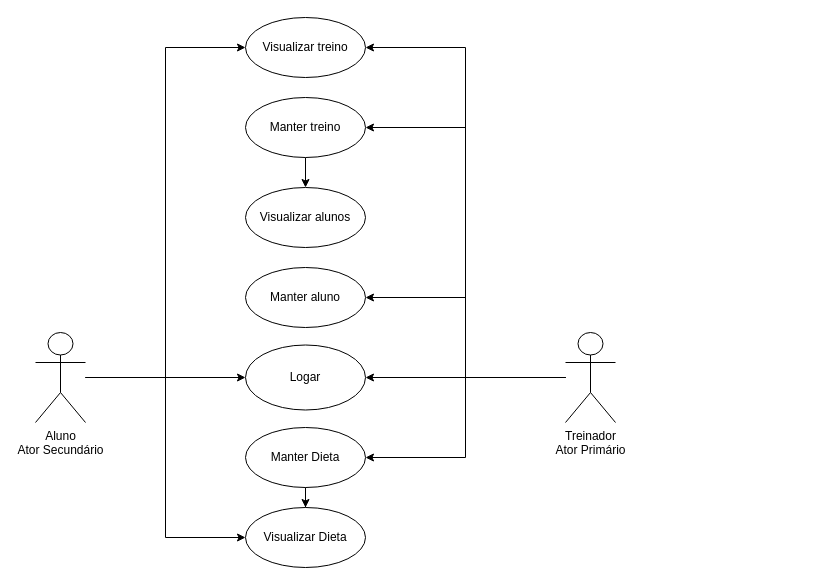
This is TCC.drawio from Chriiis1421/TCC, a draw.io file, before an edit. Source tidied: cells renumbered, new cells numbered last; positions are measured from the earlier drawing's top-left corner, leaving out a move shared by most shapes. Both pictures are drawn from the tidied source at 100%, with x=0, y=0 at pixel (35, 17).
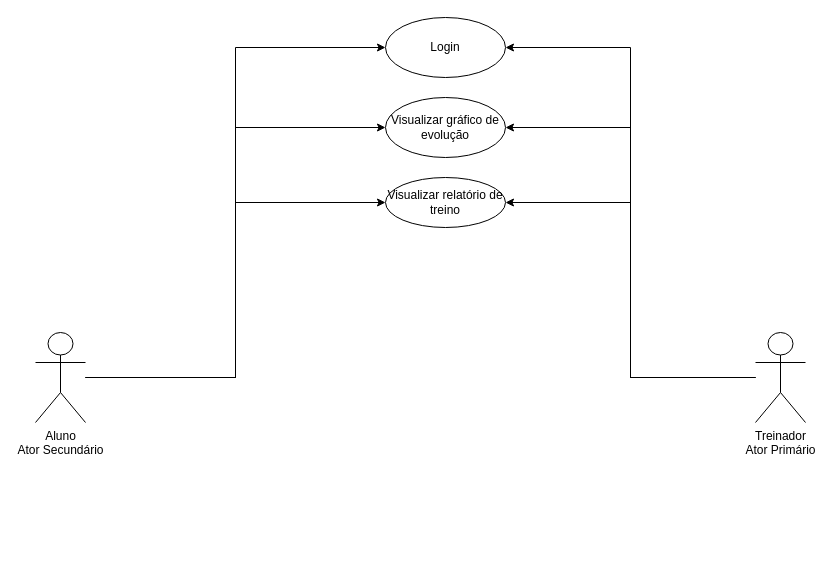
After the change.

The change refers to these unchanged cells:
```xml
<mxCell id="5" value="Aluno&lt;div&gt;Ator Secundário&lt;/div&gt;" style="shape=umlActor;verticalLabelPosition=bottom;verticalAlign=top;html=1;outlineConnect=0;" parent="1" vertex="1">
  <mxGeometry y="315" width="50" height="90" as="geometry" />
</mxCell>
```

What changed in the source:
```diff
@@
-    <mxCell id="2" style="edgeStyle=orthogonalEdgeStyle;rounded=0;jettySize=auto;html=1;entryX=0;entryY=0.5;entryDx=0;entryDy=0;" parent="1" edge="1" source="5" target="12">
-      <mxGeometry relative="1" as="geometry" />
-    </mxCell>
-    <mxCell id="3" style="edgeStyle=orthogonalEdgeStyle;rounded=0;jettySize=auto;html=1;entryX=0;entryY=0.5;entryDx=0;entryDy=0;" parent="1" edge="1" source="5" target="16">
-      <mxGeometry relative="1" as="geometry" />
-    </mxCell>
-    <mxCell id="4" style="edgeStyle=orthogonalEdgeStyle;rounded=0;jettySize=auto;html=1;entryX=0;entryY=0.5;entryDx=0;entryDy=0;" parent="1" edge="1" source="5" target="20">
-      <mxGeometry relative="1" as="geometry" />
-    </mxCell>
+    <mxCell id="21" style="edgeStyle=orthogonalEdgeStyle;rounded=0;jettySize=auto;html=1;entryX=0;entryY=0.5;entryDx=0;entryDy=0;" parent="1" edge="1" source="5" target="27">
+      <mxGeometry relative="1" as="geometry" />
+    </mxCell>
+    <mxCell id="22" style="edgeStyle=orthogonalEdgeStyle;rounded=0;jettySize=auto;html=1;entryX=0;entryY=0.5;entryDx=0;entryDy=0;" parent="1" edge="1" source="5" target="28">
+      <mxGeometry relative="1" as="geometry" />
+    </mxCell>
+    <mxCell id="23" style="edgeStyle=orthogonalEdgeStyle;rounded=0;jettySize=auto;html=1;entryX=0;entryY=0.5;entryDx=0;entryDy=0;" parent="1" edge="1" source="5" target="29">
+      <mxGeometry relative="1" as="geometry" />
+    </mxCell>
@@
-    <mxCell id="6" style="edgeStyle=orthogonalEdgeStyle;rounded=0;jettySize=auto;html=1;entryX=1;entryY=0.5;entryDx=0;entryDy=0;" parent="1" edge="1" source="11" target="12">
-      <mxGeometry relative="1" as="geometry" />
-    </mxCell>
-    <mxCell id="7" style="edgeStyle=orthogonalEdgeStyle;rounded=0;jettySize=auto;html=1;entryX=1;entryY=0.5;entryDx=0;entryDy=0;" parent="1" edge="1" source="11" target="14">
-      <mxGeometry relative="1" as="geometry" />
-    </mxCell>
-    <mxCell id="8" style="edgeStyle=orthogonalEdgeStyle;rounded=0;jettySize=auto;html=1;entryX=1;entryY=0.5;entryDx=0;entryDy=0;" parent="1" edge="1" source="11" target="15">
-      <mxGeometry relative="1" as="geometry" />
-    </mxCell>
-    <mxCell id="9" style="edgeStyle=orthogonalEdgeStyle;rounded=0;jettySize=auto;html=1;" parent="1" edge="1" source="11" target="16">
-      <mxGeometry relative="1" as="geometry" />
-    </mxCell>
-    <mxCell id="10" style="edgeStyle=orthogonalEdgeStyle;rounded=0;jettySize=auto;html=1;entryX=1;entryY=0.5;entryDx=0;entryDy=0;" parent="1" edge="1" source="11" target="19">
-      <mxGeometry relative="1" as="geometry" />
-    </mxCell>
+    <mxCell id="24" style="edgeStyle=orthogonalEdgeStyle;rounded=0;jettySize=auto;html=1;entryX=1;entryY=0.5;entryDx=0;entryDy=0;" parent="1" edge="1" source="11" target="27">
+      <mxGeometry relative="1" as="geometry" />
+    </mxCell>
+    <mxCell id="25" style="edgeStyle=orthogonalEdgeStyle;rounded=0;jettySize=auto;html=1;entryX=1;entryY=0.5;entryDx=0;entryDy=0;" parent="1" edge="1" source="11" target="28">
+      <mxGeometry relative="1" as="geometry" />
+    </mxCell>
+    <mxCell id="26" style="edgeStyle=orthogonalEdgeStyle;rounded=0;jettySize=auto;html=1;entryX=1;entryY=0.5;entryDx=0;entryDy=0;" parent="1" edge="1" source="11" target="29">
+      <mxGeometry relative="1" as="geometry" />
+    </mxCell>
     <mxCell id="11" value="Treinador&lt;div&gt;Ator Primário&lt;/div&gt;" style="shape=umlActor;verticalLabelPosition=bottom;verticalAlign=top;html=1;" parent="1" vertex="1">
-      <mxGeometry x="530" y="315" width="50" height="90" as="geometry" />
+      <mxGeometry x="720" y="315" width="50" height="90" as="geometry" />
     </mxCell>
-    <mxCell id="12" value="Visualizar treino" style="ellipse;whiteSpace=wrap;html=1;" parent="1" vertex="1">
-      <mxGeometry x="210" width="120" height="60" as="geometry" />
-    </mxCell>
-    <mxCell id="13" style="edgeStyle=orthogonalEdgeStyle;rounded=0;jettySize=auto;html=1;" parent="1" edge="1" source="14" target="17">
-      <mxGeometry relative="1" as="geometry" />
-    </mxCell>
-    <mxCell id="14" value="&lt;div&gt;Manter treino&lt;/div&gt;" style="ellipse;whiteSpace=wrap;html=1;" parent="1" vertex="1">
-      <mxGeometry x="210" y="80" width="120" height="60" as="geometry" />
-    </mxCell>
-    <mxCell id="15" value="Manter&amp;nbsp;&lt;span style=&quot;background-color: initial;&quot;&gt;aluno&lt;/span&gt;" style="ellipse;whiteSpace=wrap;html=1;" parent="1" vertex="1">
-      <mxGeometry x="210" y="250" width="120" height="60" as="geometry" />
-    </mxCell>
-    <mxCell id="16" value="Log&lt;span style=&quot;background-color: initial;&quot;&gt;ar&lt;/span&gt;" style="ellipse;whiteSpace=wrap;html=1;" parent="1" vertex="1">
-      <mxGeometry x="210" y="327.5" width="120" height="65" as="geometry" />
-    </mxCell>
-    <mxCell id="17" value="Visualizar alunos" style="ellipse;whiteSpace=wrap;html=1;" parent="1" vertex="1">
-      <mxGeometry x="210" y="170" width="120" height="60" as="geometry" />
-    </mxCell>
-    <mxCell id="18" style="edgeStyle=orthogonalEdgeStyle;rounded=0;jettySize=auto;html=1;" parent="1" edge="1" source="19" target="20">
-      <mxGeometry relative="1" as="geometry" />
-    </mxCell>
-    <mxCell id="19" value="Manter Dieta" style="ellipse;whiteSpace=wrap;html=1;" parent="1" vertex="1">
-      <mxGeometry x="210" y="410" width="120" height="60" as="geometry" />
-    </mxCell>
-    <mxCell id="20" value="Visualizar Dieta" style="ellipse;whiteSpace=wrap;html=1;" parent="1" vertex="1">
-      <mxGeometry x="210" y="490" width="120" height="60" as="geometry" />
-    </mxCell>
+    <mxCell id="27" value="Login" style="ellipse;whiteSpace=wrap;html=1;fontFamily=Helvetica;" parent="1" vertex="1">
+      <mxGeometry x="350" width="120" height="60" as="geometry" />
+    </mxCell>
+    <mxCell id="28" value="Visualizar gráfico de evolução" style="ellipse;whiteSpace=wrap;html=1;" parent="1" vertex="1">
+      <mxGeometry x="350" y="80" width="120" height="60" as="geometry" />
+    </mxCell>
+    <mxCell id="29" value="Visualizar relatório de treino" style="ellipse;whiteSpace=wrap;html=1;" parent="1" vertex="1">
+      <mxGeometry x="350" y="160" width="120" height="50" as="geometry" />
+    </mxCell>
```
